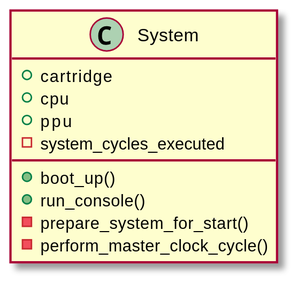
Enigma717/yume-nes keeps this PlantUML diagram as doc/system/system.svg. Above is the earlier version. The source it was exported from:
```plantuml
@startuml system
scale 2
hide empty members

class System {
+ cartridge
+ cpu
+ ppu
- system_cycles_executed

+ boot_up()
+ run_console()
- prepare_system_for_start()
- perform_master_clock_cycle()
}
@enduml
```
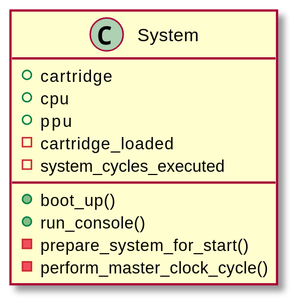
Above is the later version.

Commit message:
Add cartridge_loaded field to System class

Diff of the diagram source:
```diff
@@ -6,6 +6,7 @@
 + cartridge
 + cpu
 + ppu
+- cartridge_loaded
 - system_cycles_executed
 
 + boot_up()
```
